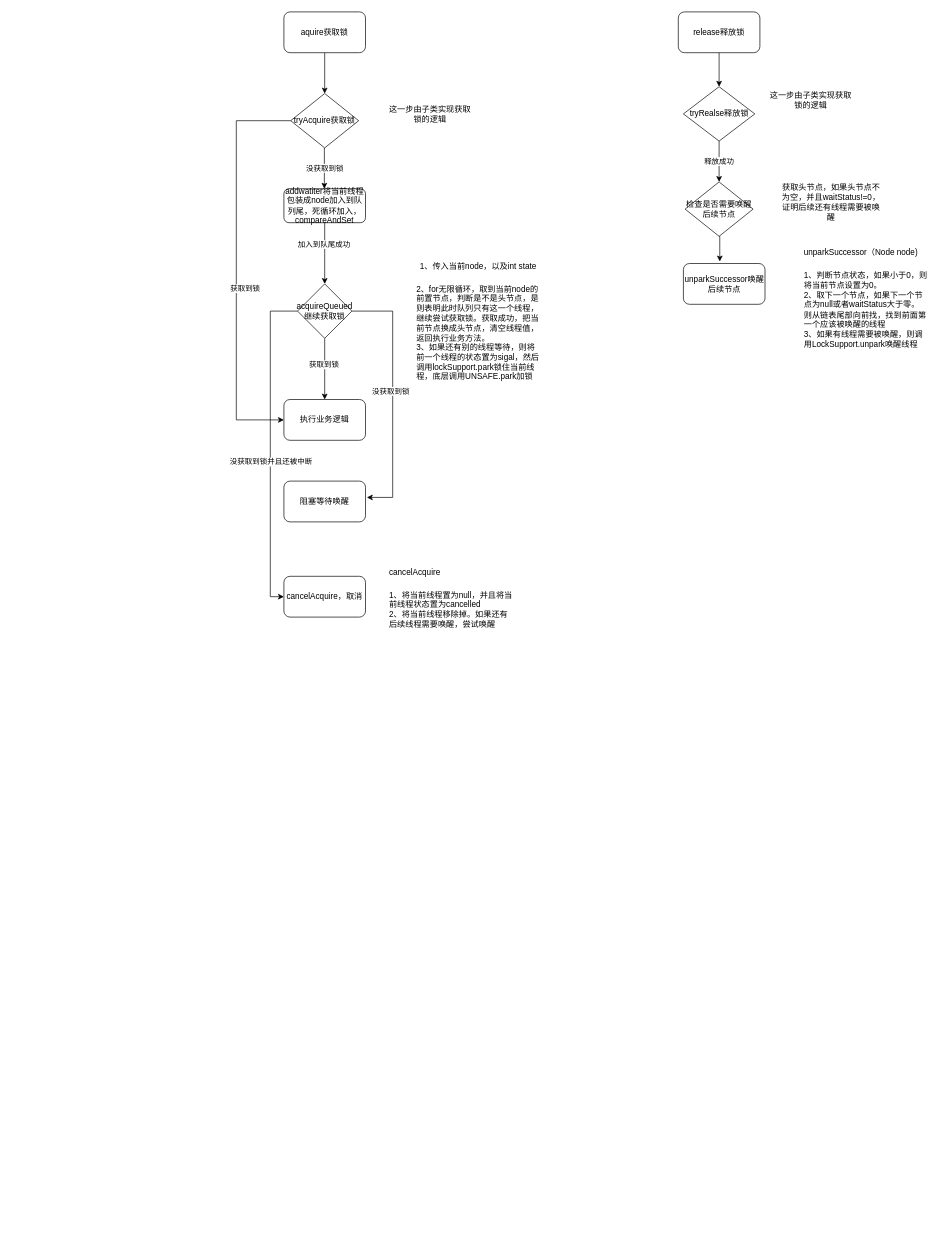
Above: aqs.drawio in qinhaohao1114/my-draw (draw.io), before the change. Source tidied: cells renumbered, new cells numbered last; positions are measured from the earlier drawing's top-left corner, leaving out a move shared by most shapes. Both pictures are drawn from the tidied source at 68%, with x=0, y=0 at pixel (236, 12).
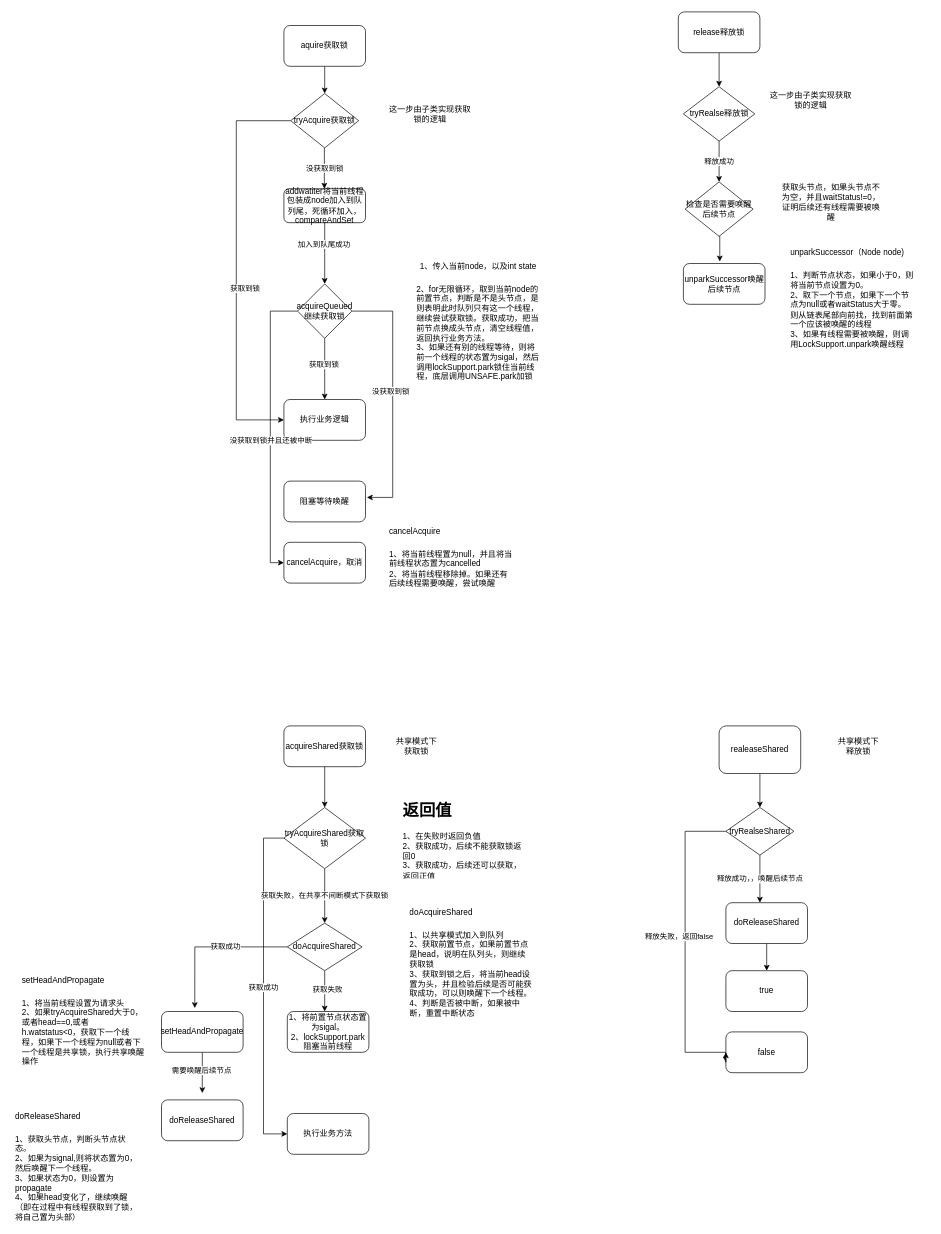
After the change.

The change refers to these unchanged cells:
```xml
<mxCell id="20" value="&lt;span&gt;acquireQueued继续获取锁&lt;/span&gt;" style="rhombus;whiteSpace=wrap;html=1;" parent="1" vertex="1">
  <mxGeometry x="90" y="400" width="80" height="80" as="geometry" />
</mxCell>
```

Change to the diagram source:
```diff
@@
     <mxCell id="3" value="aquire获取锁" style="rounded=1;whiteSpace=wrap;html=1;" parent="1" vertex="1">
-      <mxGeometry x="70" width="120" height="60" as="geometry" />
+      <mxGeometry x="70" y="20" width="120" height="60" as="geometry" />
     </mxCell>
@@
     <mxCell id="18" style="edgeStyle=orthogonalEdgeStyle;rounded=0;jettySize=auto;html=1;entryX=0;entryY=0.5;entryDx=0;entryDy=0;" parent="1" edge="1" source="20" target="32">
       <mxGeometry relative="1" as="geometry">
         <Array as="points">
           <mxPoint x="50" y="440" />
-          <mxPoint x="50" y="860" />
+          <mxPoint x="50" y="810" />
         </Array>
       </mxGeometry>
     </mxCell>
@@
     <mxCell id="31" value="&lt;h1&gt;&lt;span style=&quot;font-size: 12px ; font-weight: 400 ; text-align: center&quot;&gt;unparkSuccessor（Node node)&lt;/span&gt;&lt;br&gt;&lt;/h1&gt;&lt;div&gt;&lt;span style=&quot;font-size: 12px ; font-weight: 400 ; text-align: center&quot;&gt;1、判断节点状态，如果小于0，则将当前节点设置为0。&lt;/span&gt;&lt;/div&gt;&lt;div&gt;&lt;span style=&quot;font-size: 12px ; font-weight: 400 ; text-align: center&quot;&gt;2、取下一个节点，如果下一个节点为null或者waitStatus大于零。则从链表尾部向前找，找到前面第一个应该被唤醒的线程&lt;/span&gt;&lt;/div&gt;&lt;div&gt;&lt;span style=&quot;font-size: 12px ; font-weight: 400 ; text-align: center&quot;&gt;3、如果有线程需要被唤醒，则调用LockSupport.unpark唤醒线程&lt;/span&gt;&lt;/div&gt;" style="text;html=1;strokeColor=none;fillColor=none;spacing=5;spacingTop=-20;whiteSpace=wrap;overflow=hidden;rounded=0;" parent="1" vertex="1">
-      <mxGeometry x="830" y="330" width="190" height="170" as="geometry" />
+      <mxGeometry x="810" y="330" width="190" height="170" as="geometry" />
     </mxCell>
     <mxCell id="32" value="cancelAcquire，取消" style="rounded=1;whiteSpace=wrap;html=1;" parent="1" vertex="1">
-      <mxGeometry x="70" y="830" width="120" height="60" as="geometry" />
+      <mxGeometry x="70" y="780" width="120" height="60" as="geometry" />
     </mxCell>
     <mxCell id="33" value="&lt;h1&gt;&lt;span style=&quot;font-size: 12px ; font-weight: 400 ; text-align: center&quot;&gt;cancelAcquire&lt;/span&gt;&lt;br&gt;&lt;/h1&gt;&lt;div&gt;&lt;span style=&quot;font-size: 12px ; font-weight: 400 ; text-align: center&quot;&gt;1、将当前线程置为null，并且将当前线程状态置为cancelled&lt;/span&gt;&lt;/div&gt;&lt;div&gt;&lt;span style=&quot;font-size: 12px ; font-weight: 400 ; text-align: center&quot;&gt;2、将当前线程移除掉。如果还有后续线程需要唤醒，尝试唤醒&lt;/span&gt;&lt;/div&gt;" style="text;html=1;strokeColor=none;fillColor=none;spacing=5;spacingTop=-20;whiteSpace=wrap;overflow=hidden;rounded=0;" parent="1" vertex="1">
-      <mxGeometry x="220" y="800" width="190" height="120" as="geometry" />
+      <mxGeometry x="220" y="740" width="190" height="120" as="geometry" />
     </mxCell>
+    <mxCell id="34" style="edgeStyle=orthogonalEdgeStyle;rounded=0;jettySize=auto;html=1;exitX=0.5;exitY=1;exitDx=0;exitDy=0;" parent="1" edge="1" source="35">
+      <mxGeometry relative="1" as="geometry">
+        <mxPoint x="130" y="1170" as="targetPoint" />
+      </mxGeometry>
+    </mxCell>
+    <mxCell id="35" value="acquireShared获取锁" style="rounded=1;whiteSpace=wrap;html=1;" parent="1" vertex="1">
+      <mxGeometry x="70" y="1050" width="120" height="60" as="geometry" />
+    </mxCell>
+    <mxCell id="36" value="共享模式下获取锁" style="text;html=1;strokeColor=none;fillColor=none;align=center;verticalAlign=middle;whiteSpace=wrap;rounded=0;" parent="1" vertex="1">
+      <mxGeometry x="230" y="1070" width="70" height="20" as="geometry" />
+    </mxCell>
+    <mxCell id="37" value="获取成功" style="edgeStyle=orthogonalEdgeStyle;rounded=0;jettySize=auto;html=1;entryX=0;entryY=0.5;entryDx=0;entryDy=0;" parent="1" edge="1" source="39" target="54">
+      <mxGeometry relative="1" as="geometry">
+        <Array as="points">
+          <mxPoint x="40" y="1215" />
+          <mxPoint x="40" y="1650" />
+        </Array>
+      </mxGeometry>
+    </mxCell>
+    <mxCell id="38" value="获取失败，在共享不间断模式下获取锁" style="edgeStyle=orthogonalEdgeStyle;rounded=0;jettySize=auto;html=1;" parent="1" edge="1" source="39">
+      <mxGeometry relative="1" as="geometry">
+        <mxPoint x="130" y="1340" as="targetPoint" />
+      </mxGeometry>
+    </mxCell>
+    <mxCell id="39" value="tryAcquireShared获取锁" style="rhombus;whiteSpace=wrap;html=1;" parent="1" vertex="1">
+      <mxGeometry x="70" y="1170" width="120" height="90" as="geometry" />
+    </mxCell>
+    <mxCell id="40" value="&lt;h1&gt;返回值&lt;/h1&gt;&lt;div&gt;&lt;/div&gt;1、在失败时返回负值&lt;br&gt;2、获取成功，后续不能获取锁返回0&lt;br&gt;3、获取成功，后续还可以获取，返回正值" style="text;html=1;strokeColor=none;fillColor=none;spacing=5;spacingTop=-20;whiteSpace=wrap;overflow=hidden;rounded=0;" parent="1" vertex="1">
+      <mxGeometry x="240" y="1155" width="190" height="120" as="geometry" />
+    </mxCell>
+    <mxCell id="41" value="&lt;h1&gt;&lt;span style=&quot;font-size: 12px ; font-weight: 400 ; text-align: center&quot;&gt;doAcquireShared&lt;/span&gt;&lt;br&gt;&lt;/h1&gt;&lt;div&gt;&lt;span style=&quot;font-size: 12px ; font-weight: 400 ; text-align: center&quot;&gt;1、以共享模式加入到队列&lt;/span&gt;&lt;/div&gt;&lt;div&gt;&lt;span style=&quot;font-size: 12px ; font-weight: 400 ; text-align: center&quot;&gt;2、获取前置节点，如果前置节点是head，说明在队列头，则继续获取锁&lt;/span&gt;&lt;/div&gt;&lt;div&gt;&lt;span style=&quot;font-size: 12px ; font-weight: 400 ; text-align: center&quot;&gt;3、获取到锁之后，将当前head设置为头，并且检验后续是否可能获取成功，可以则唤醒下一个线程。&lt;/span&gt;&lt;/div&gt;&lt;div&gt;&lt;span style=&quot;font-size: 12px ; font-weight: 400 ; text-align: center&quot;&gt;4、判断是否被中断，如果被中断，重置中断状态&lt;/span&gt;&lt;/div&gt;" style="text;html=1;strokeColor=none;fillColor=none;spacing=5;spacingTop=-20;whiteSpace=wrap;overflow=hidden;rounded=0;" parent="1" vertex="1">
+      <mxGeometry x="250" y="1300" width="190" height="190" as="geometry" />
+    </mxCell>
+    <mxCell id="42" style="edgeStyle=orthogonalEdgeStyle;rounded=0;jettySize=auto;html=1;" parent="1" edge="1" source="46">
+      <mxGeometry relative="1" as="geometry">
+        <mxPoint x="130" y="1470" as="targetPoint" />
+      </mxGeometry>
+    </mxCell>
+    <mxCell id="43" value="获取失败" style="edgeLabel;html=1;align=center;verticalAlign=middle;" parent="42" vertex="1">
+      <mxGeometry x="-0.1" y="3" relative="1" as="geometry" />
+    </mxCell>
+    <mxCell id="44" style="edgeStyle=orthogonalEdgeStyle;rounded=0;jettySize=auto;html=1;exitX=0;exitY=0.5;exitDx=0;exitDy=0;entryX=0.408;entryY=-0.083;entryDx=0;entryDy=0;entryPerimeter=0;" parent="1" edge="1" source="46" target="50">
+      <mxGeometry relative="1" as="geometry" />
+    </mxCell>
+    <mxCell id="45" value="获取成功" style="edgeLabel;html=1;align=center;verticalAlign=middle;" parent="44" vertex="1">
+      <mxGeometry x="-0.19" y="-1" relative="1" as="geometry" />
+    </mxCell>
+    <mxCell id="46" value="&lt;span&gt;doAcquireShared&lt;/span&gt;" style="rhombus;whiteSpace=wrap;html=1;" parent="1" vertex="1">
+      <mxGeometry x="75" y="1340" width="110" height="70" as="geometry" />
+    </mxCell>
+    <mxCell id="47" value="1、将前置节点状态置为sigal。&lt;br&gt;2、lockSupport.park阻塞当前线程" style="rounded=1;whiteSpace=wrap;html=1;" parent="1" vertex="1">
+      <mxGeometry x="75" y="1470" width="120" height="60" as="geometry" />
+    </mxCell>
+    <mxCell id="48" style="edgeStyle=orthogonalEdgeStyle;rounded=0;jettySize=auto;html=1;" parent="1" edge="1" source="50">
+      <mxGeometry relative="1" as="geometry">
+        <mxPoint x="-50" y="1590" as="targetPoint" />
+      </mxGeometry>
+    </mxCell>
+    <mxCell id="49" value="需要唤醒后续节点" style="edgeLabel;html=1;align=center;verticalAlign=middle;" parent="48" vertex="1">
+      <mxGeometry x="-0.13" y="-2" relative="1" as="geometry" />
+    </mxCell>
+    <mxCell id="50" value="setHeadAndPropagate" style="rounded=1;whiteSpace=wrap;html=1;" parent="1" vertex="1">
+      <mxGeometry x="-110" y="1470" width="120" height="60" as="geometry" />
+    </mxCell>
+    <mxCell id="51" value="&lt;h1&gt;&lt;span style=&quot;font-size: 12px ; font-weight: 400 ; text-align: center&quot;&gt;setHeadAndPropagate&lt;/span&gt;&lt;br&gt;&lt;/h1&gt;&lt;div&gt;&lt;span style=&quot;font-size: 12px ; font-weight: 400 ; text-align: center&quot;&gt;1、将当前线程设置为请求头&lt;/span&gt;&lt;/div&gt;&lt;div&gt;&lt;span style=&quot;font-size: 12px ; font-weight: 400 ; text-align: center&quot;&gt;2、如果tryAcquireShared大于0，或者head==0,或者h.watstatus&amp;lt;0，获取下一个线程，如果下一个线程为null或者下一个线程是共享锁，执行共享唤醒操作&lt;/span&gt;&lt;/div&gt;" style="text;html=1;strokeColor=none;fillColor=none;spacing=5;spacingTop=-20;whiteSpace=wrap;overflow=hidden;rounded=0;" parent="1" vertex="1">
+      <mxGeometry x="-320" y="1400" width="189" height="170" as="geometry" />
+    </mxCell>
+    <mxCell id="52" value="doReleaseShared" style="rounded=1;whiteSpace=wrap;html=1;" parent="1" vertex="1">
+      <mxGeometry x="-110" y="1600" width="120" height="60" as="geometry" />
+    </mxCell>
+    <mxCell id="53" value="&lt;h1&gt;&lt;span style=&quot;font-size: 12px ; font-weight: 400 ; text-align: center&quot;&gt;doReleaseShared&lt;/span&gt;&lt;br&gt;&lt;/h1&gt;&lt;div&gt;&lt;span style=&quot;font-size: 12px ; font-weight: 400 ; text-align: center&quot;&gt;1、获取头节点，判断头节点状态。&lt;/span&gt;&lt;/div&gt;&lt;div&gt;&lt;span style=&quot;font-size: 12px ; font-weight: 400 ; text-align: center&quot;&gt;2、如果为signal,则将状态置为0，然后唤醒下一个线程。&lt;/span&gt;&lt;/div&gt;&lt;div&gt;&lt;span style=&quot;font-size: 12px ; font-weight: 400 ; text-align: center&quot;&gt;3、如果状态为0，则设置为propagate&lt;/span&gt;&lt;/div&gt;&lt;div&gt;&lt;span style=&quot;font-size: 12px ; font-weight: 400 ; text-align: center&quot;&gt;4、如果head变化了，继续唤醒（即在过程中有线程获取到了锁，将自己置为头部）&lt;/span&gt;&lt;/div&gt;" style="text;html=1;strokeColor=none;fillColor=none;spacing=5;spacingTop=-20;whiteSpace=wrap;overflow=hidden;rounded=0;" parent="1" vertex="1">
+      <mxGeometry x="-330" y="1600" width="190" height="180" as="geometry" />
+    </mxCell>
+    <mxCell id="54" value="执行业务方法" style="rounded=1;whiteSpace=wrap;html=1;" parent="1" vertex="1">
+      <mxGeometry x="75" y="1620" width="120" height="60" as="geometry" />
+    </mxCell>
+    <mxCell id="55" style="edgeStyle=orthogonalEdgeStyle;rounded=0;jettySize=auto;html=1;entryX=0.5;entryY=0;entryDx=0;entryDy=0;" parent="1" edge="1" source="56" target="60">
+      <mxGeometry relative="1" as="geometry" />
+    </mxCell>
+    <mxCell id="56" value="realeaseShared" style="rounded=1;whiteSpace=wrap;html=1;" parent="1" vertex="1">
+      <mxGeometry x="710" y="1050" width="120" height="70" as="geometry" />
+    </mxCell>
+    <mxCell id="57" value="释放成功，，唤醒后续节点" style="edgeStyle=orthogonalEdgeStyle;rounded=0;jettySize=auto;html=1;" parent="1" edge="1" source="60">
+      <mxGeometry relative="1" as="geometry">
+        <mxPoint x="770" y="1310" as="targetPoint" />
+        <Array as="points">
+          <mxPoint x="770" y="1270" />
+          <mxPoint x="770" y="1270" />
+        </Array>
+      </mxGeometry>
+    </mxCell>
+    <mxCell id="58" style="edgeStyle=orthogonalEdgeStyle;rounded=0;jettySize=auto;html=1;entryX=0;entryY=0.75;entryDx=0;entryDy=0;" parent="1" edge="1" source="60" target="65">
+      <mxGeometry relative="1" as="geometry">
+        <Array as="points">
+          <mxPoint x="660" y="1205" />
+          <mxPoint x="660" y="1530" />
+          <mxPoint x="720" y="1530" />
+        </Array>
+      </mxGeometry>
+    </mxCell>
+    <mxCell id="59" value="释放失败，返回false" style="edgeLabel;html=1;align=center;verticalAlign=middle;" parent="58" vertex="1">
+      <mxGeometry x="-0.07" y="4" relative="1" as="geometry">
+        <mxPoint x="-14" y="0.3" as="offset" />
+      </mxGeometry>
+    </mxCell>
+    <mxCell id="60" value="tryRealseShared" style="rhombus;whiteSpace=wrap;html=1;" parent="1" vertex="1">
+      <mxGeometry x="720" y="1170" width="100" height="70" as="geometry" />
+    </mxCell>
+    <mxCell id="61" value="共享模式下释放锁" style="text;html=1;strokeColor=none;fillColor=none;align=center;verticalAlign=middle;whiteSpace=wrap;rounded=0;" parent="1" vertex="1">
+      <mxGeometry x="880" y="1070" width="70" height="20" as="geometry" />
+    </mxCell>
+    <mxCell id="62" style="edgeStyle=orthogonalEdgeStyle;rounded=0;jettySize=auto;html=1;" parent="1" edge="1" source="63" target="64">
+      <mxGeometry relative="1" as="geometry" />
+    </mxCell>
+    <mxCell id="63" value="doReleaseShared" style="rounded=1;whiteSpace=wrap;html=1;" parent="1" vertex="1">
+      <mxGeometry x="720" y="1310" width="120" height="60" as="geometry" />
+    </mxCell>
+    <mxCell id="64" value="true" style="rounded=1;whiteSpace=wrap;html=1;" parent="1" vertex="1">
+      <mxGeometry x="720" y="1410" width="120" height="60" as="geometry" />
+    </mxCell>
+    <mxCell id="65" value="false" style="rounded=1;whiteSpace=wrap;html=1;" parent="1" vertex="1">
+      <mxGeometry x="720" y="1500" width="120" height="60" as="geometry" />
+    </mxCell>
+    <mxCell id="66" style="edgeStyle=orthogonalEdgeStyle;rounded=0;orthogonalLoop=1;jettySize=auto;html=1;exitX=0;exitY=0.75;exitDx=0;exitDy=0;entryX=0;entryY=0.5;entryDx=0;entryDy=0;" parent="1" edge="1" source="65" target="65">
+      <mxGeometry relative="1" as="geometry" />
+    </mxCell>
```
